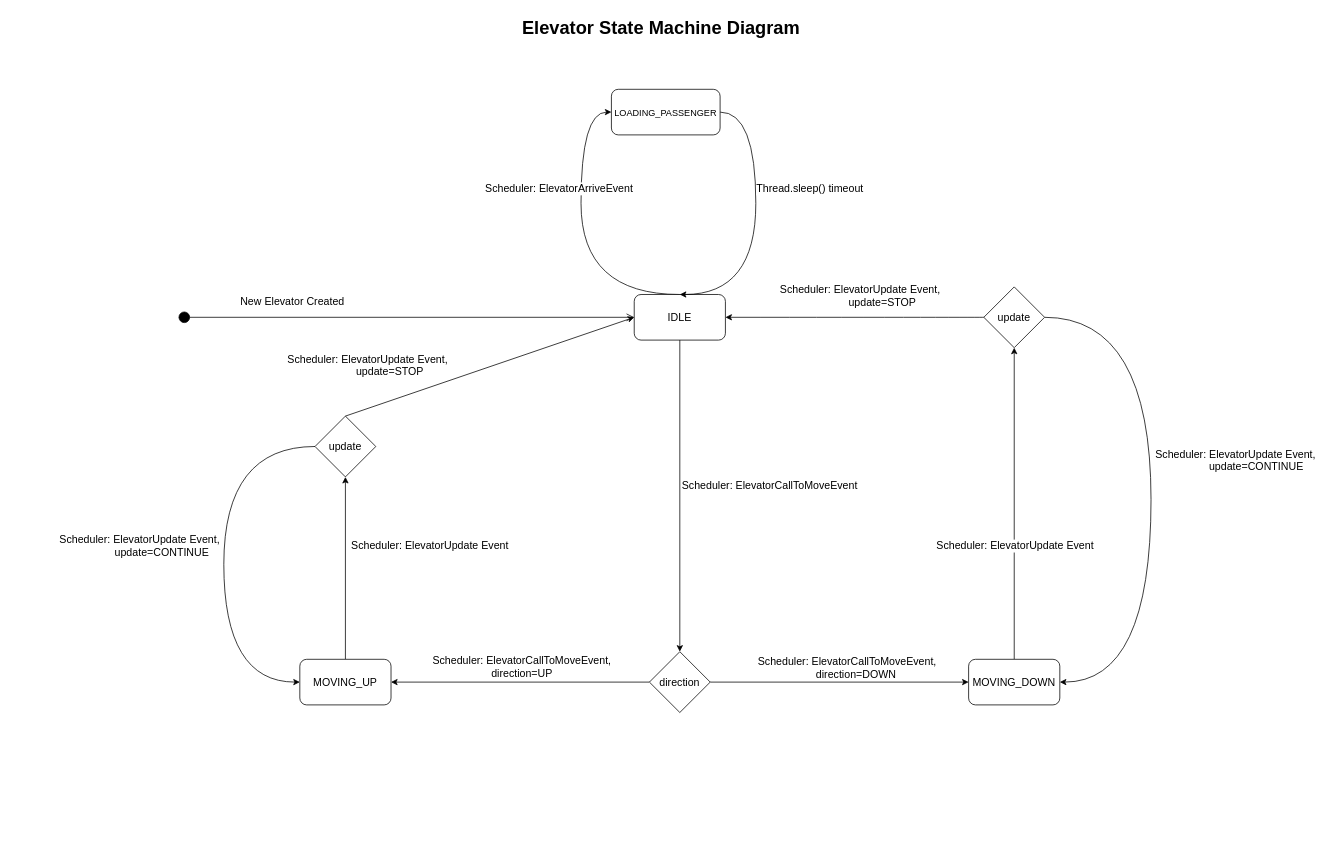
Before: state_machine_diagrams/ElevatorStateMachineDiagram.drawio in martindmtrv/elevator-project, a draw.io diagram. Source tidied: cells renumbered, new cells numbered last; positions are measured from the earlier drawing's top-left corner, leaving out a move shared by most shapes. Both pictures are drawn from the tidied source at 76%, with x=0, y=0 at pixel (56, 13).
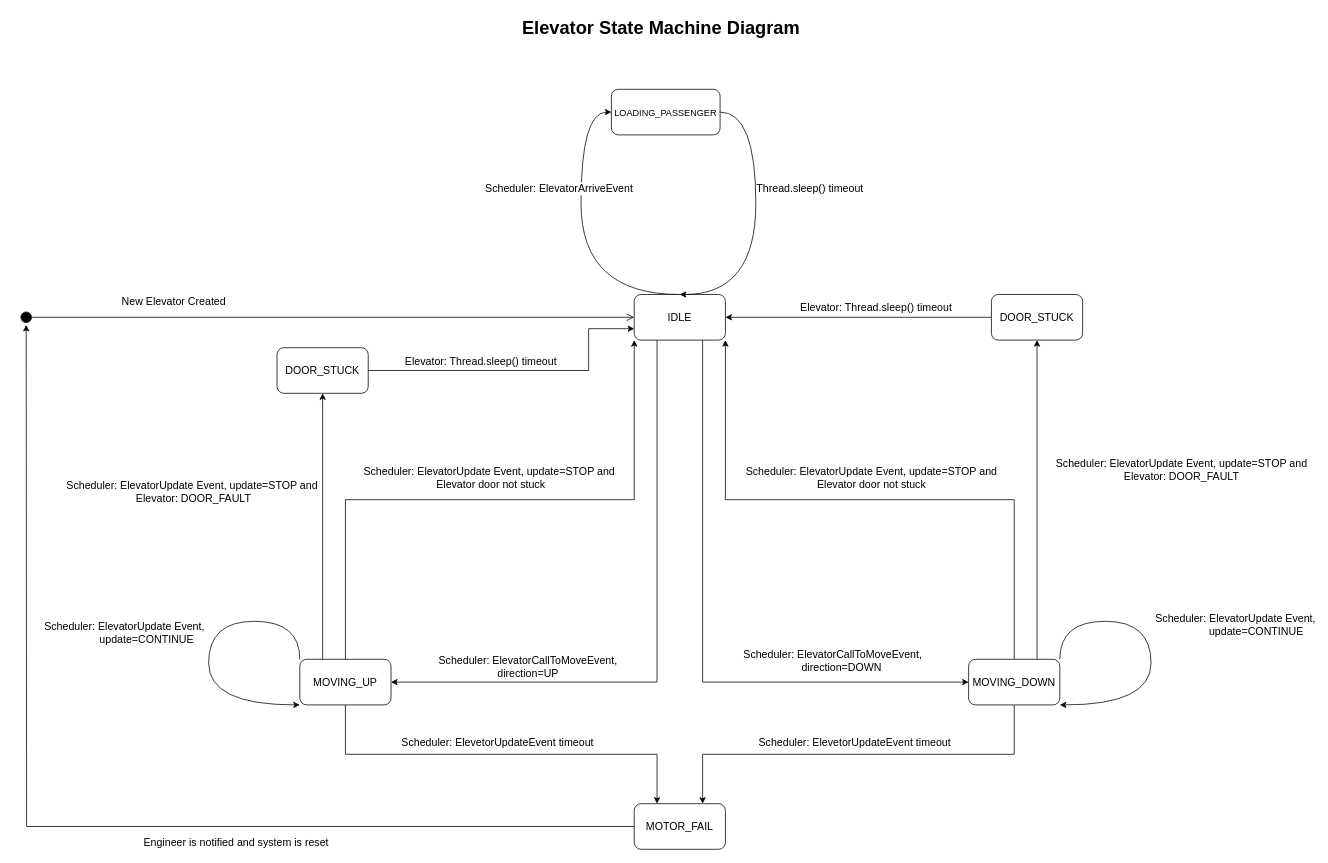
Above is the later version.

The change refers to these unchanged cells:
```xml
<mxCell id="6" value="IDLE" style="rounded=1;whiteSpace=wrap;html=1;fontSize=14;" parent="1" vertex="1">
  <mxGeometry x="760" y="370" width="120" height="60" as="geometry" />
</mxCell>
<mxCell id="10" value="MOVING_UP" style="rounded=1;whiteSpace=wrap;html=1;fontSize=14;" parent="1" vertex="1">
  <mxGeometry x="320" y="850" width="120" height="60" as="geometry" />
</mxCell>
<mxCell id="15" value="MOVING_DOWN" style="rounded=1;whiteSpace=wrap;html=1;fontSize=14;" parent="1" vertex="1">
  <mxGeometry x="1200" y="850" width="120" height="60" as="geometry" />
</mxCell>
```

Change to the diagram source:
```diff
@@
-    <mxCell id="3" value="Scheduler: ElevatorCallToMoveEvent&amp;nbsp;" style="edgeStyle=orthogonalEdgeStyle;rounded=0;jettySize=auto;html=1;exitX=0.5;exitY=1;exitDx=0;exitDy=0;fontSize=14;" parent="1" edge="1" source="6" target="20">
-      <mxGeometry x="-0.07" y="120" relative="1" as="geometry" />
-    </mxCell>
@@
-    <mxCell id="7" style="rounded=0;jettySize=auto;html=1;exitX=0.5;exitY=0;exitDx=0;exitDy=0;entryX=0.5;entryY=1;entryDx=0;entryDy=0;fontSize=14;" parent="1" edge="1" source="10" target="30">
-      <mxGeometry relative="1" as="geometry" />
-    </mxCell>
-    <mxCell id="8" style="edgeLabel;html=1;align=center;verticalAlign=middle;fontSize=14;" parent="7" vertex="1">
-      <mxGeometry x="0.35" relative="1" as="geometry" />
-    </mxCell>
-    <mxCell id="9" value="Scheduler: ElevatorUpdate Event" style="edgeLabel;html=1;align=center;verticalAlign=middle;fontSize=14;" parent="7" vertex="1">
-      <mxGeometry relative="1" as="geometry">
-        <mxPoint x="110" y="-30" as="offset" />
-      </mxGeometry>
-    </mxCell>
+    <mxCell id="33" value="&lt;span style=&quot;color: rgb(0 , 0 , 0) ; font-family: &amp;#34;helvetica&amp;#34; ; font-style: normal ; font-weight: 400 ; letter-spacing: normal ; text-align: center ; text-indent: 0px ; text-transform: none ; word-spacing: 0px ; background-color: rgb(255 , 255 , 255) ; display: inline ; float: none&quot;&gt;&lt;font style=&quot;font-size: 14px&quot;&gt;Scheduler: ElevetorUpdateEvent timeout&lt;/font&gt;&lt;/span&gt;" style="edgeStyle=orthogonalEdgeStyle;rounded=0;jettySize=auto;html=1;exitX=0.5;exitY=1;exitDx=0;exitDy=0;entryX=0.25;entryY=0;entryDx=0;entryDy=0;" parent="1" edge="1" source="10" target="45">
+      <mxGeometry x="-0.02" y="15" relative="1" as="geometry" />
+    </mxCell>
@@
-    <mxCell id="11" style="edgeStyle=orthogonalEdgeStyle;curved=1;rounded=0;jettySize=auto;html=1;exitX=0;exitY=0.5;exitDx=0;exitDy=0;entryX=1;entryY=0.5;entryDx=0;entryDy=0;fontSize=14;" parent="1" edge="1" source="26" target="6">
-      <mxGeometry relative="1" as="geometry" />
+    <mxCell id="11" style="edgeStyle=orthogonalEdgeStyle;rounded=0;jettySize=auto;html=1;exitX=0.5;exitY=0;exitDx=0;exitDy=0;entryX=1;entryY=1;entryDx=0;entryDy=0;fontSize=14;" parent="1" edge="1" source="15" target="6">
+      <mxGeometry relative="1" as="geometry">
+        <Array as="points">
+          <mxPoint x="1260" y="640" />
+          <mxPoint x="880" y="640" />
+        </Array>
+      </mxGeometry>
     </mxCell>
-    <mxCell id="12" value="&lt;span style=&quot;color: rgb(0 , 0 , 0) ; font-family: &amp;#34;helvetica&amp;#34; ; font-size: 14px ; font-style: normal ; font-weight: 400 ; letter-spacing: normal ; text-align: center ; text-indent: 0px ; text-transform: none ; word-spacing: 0px ; background-color: rgb(255 , 255 , 255) ; display: inline ; float: none&quot;&gt;Scheduler: ElevatorUpdate Event,&lt;span&gt;&amp;nbsp;&lt;/span&gt;&lt;/span&gt;&lt;br style=&quot;color: rgb(0 , 0 , 0) ; font-family: &amp;#34;helvetica&amp;#34; ; font-size: 14px ; font-style: normal ; font-weight: 400 ; letter-spacing: normal ; text-align: center ; text-indent: 0px ; text-transform: none ; word-spacing: 0px&quot;&gt;&lt;span style=&quot;color: rgb(0 , 0 , 0) ; font-family: &amp;#34;helvetica&amp;#34; ; font-size: 14px ; font-style: normal ; font-weight: 400 ; letter-spacing: normal ; text-align: center ; text-indent: 0px ; text-transform: none ; word-spacing: 0px ; background-color: rgb(255 , 255 , 255) ; display: inline ; float: none&quot;&gt;&amp;nbsp; &amp;nbsp; &amp;nbsp; &amp;nbsp; &amp;nbsp; &amp;nbsp; &amp;nbsp; update=STOP&lt;/span&gt;" style="edgeLabel;html=1;align=center;verticalAlign=middle;fontSize=14;" parent="11" vertex="1">
+    <mxCell id="12" value="&lt;span style=&quot;color: rgb(0 , 0 , 0) ; font-family: &amp;#34;helvetica&amp;#34; ; font-size: 14px ; font-style: normal ; font-weight: 400 ; letter-spacing: normal ; text-align: center ; text-indent: 0px ; text-transform: none ; word-spacing: 0px ; background-color: rgb(255 , 255 , 255) ; display: inline ; float: none&quot;&gt;Scheduler: ElevatorUpdate Event,&lt;span&gt;&amp;nbsp;&lt;/span&gt;&lt;/span&gt;&lt;span style=&quot;color: rgb(0 , 0 , 0) ; font-family: &amp;#34;helvetica&amp;#34; ; font-size: 14px ; font-style: normal ; font-weight: 400 ; letter-spacing: normal ; text-align: center ; text-indent: 0px ; text-transform: none ; word-spacing: 0px ; background-color: rgb(255 , 255 , 255) ; display: inline ; float: none&quot;&gt;update=STOP and &lt;br&gt;Elevator door not stuck&lt;/span&gt;" style="edgeLabel;html=1;align=center;verticalAlign=middle;fontSize=14;" parent="11" vertex="1">
       <mxGeometry x="0.23" y="16" relative="1" as="geometry">
-        <mxPoint x="47" y="-46" as="offset" />
+        <mxPoint x="93.3" y="-46" as="offset" />
       </mxGeometry>
     </mxCell>
-    <mxCell id="13" style="rounded=0;jettySize=auto;html=1;exitX=0.5;exitY=0;exitDx=0;exitDy=0;entryX=0.5;entryY=1;entryDx=0;entryDy=0;fontSize=14;" parent="1" edge="1" source="15" target="26">
-      <mxGeometry relative="1" as="geometry" />
-    </mxCell>
-    <mxCell id="14" value="Scheduler: ElevatorUpdate Event" style="edgeLabel;html=1;align=center;verticalAlign=middle;fontSize=14;" parent="13" vertex="1">
-      <mxGeometry y="1" relative="1" as="geometry">
-        <mxPoint x="1" y="55" as="offset" />
-      </mxGeometry>
-    </mxCell>
+    <mxCell id="34" value="&lt;font style=&quot;font-size: 14px&quot;&gt;Scheduler: ElevatorUpdate Event, update=STOP and &lt;br&gt;Elevator: DOOR_FAULT&lt;/font&gt;" style="edgeStyle=orthogonalEdgeStyle;rounded=0;jettySize=auto;html=1;exitX=0.75;exitY=0;exitDx=0;exitDy=0;entryX=0.5;entryY=1;entryDx=0;entryDy=0;" parent="1" edge="1" source="15" target="38">
+      <mxGeometry x="0.19" y="-190" relative="1" as="geometry" />
+    </mxCell>
+    <mxCell id="35" value="&lt;font style=&quot;font-size: 14px&quot;&gt;Scheduler: ElevetorUpdateEvent timeout&lt;/font&gt;" style="edgeStyle=orthogonalEdgeStyle;rounded=0;jettySize=auto;html=1;exitX=0.5;exitY=1;exitDx=0;exitDy=0;entryX=0.75;entryY=0;entryDx=0;entryDy=0;" parent="1" edge="1" source="15" target="45">
+      <mxGeometry x="0.02" y="-15" relative="1" as="geometry" />
+    </mxCell>
@@
     <mxCell id="16" value="New Elevator Created" style="html=1;verticalAlign=bottom;startArrow=circle;startFill=1;endArrow=open;startSize=6;endSize=8;fontSize=14;entryX=0;entryY=0.5;entryDx=0;entryDy=0;" parent="1" edge="1" target="6">
       <mxGeometry x="-0.5" y="10" relative="1" as="geometry">
-        <mxPoint x="160" y="400" as="sourcePoint" />
+        <mxPoint x="-48" y="400" as="sourcePoint" />
       </mxGeometry>
     </mxCell>
-    <mxCell id="17" value="&lt;span style=&quot;color: rgb(0 , 0 , 0) ; font-family: &amp;#34;helvetica&amp;#34; ; font-size: 14px ; font-style: normal ; font-weight: 400 ; letter-spacing: normal ; text-align: center ; text-indent: 0px ; text-transform: none ; word-spacing: 0px ; background-color: rgb(255 , 255 , 255) ; display: inline ; float: none&quot;&gt;Scheduler: ElevatorCallToMoveEvent, &lt;br&gt;direction=UP&lt;/span&gt;" style="edgeStyle=orthogonalEdgeStyle;rounded=0;jettySize=auto;html=1;exitX=0;exitY=0.5;exitDx=0;exitDy=0;entryX=1;entryY=0.5;entryDx=0;entryDy=0;fontSize=14;" parent="1" edge="1" source="20" target="10">
-      <mxGeometry x="-0.01" y="-20" relative="1" as="geometry" />
+    <mxCell id="17" value="&lt;span style=&quot;color: rgb(0 , 0 , 0) ; font-family: &amp;#34;helvetica&amp;#34; ; font-size: 14px ; font-style: normal ; font-weight: 400 ; letter-spacing: normal ; text-align: center ; text-indent: 0px ; text-transform: none ; word-spacing: 0px ; background-color: rgb(255 , 255 , 255) ; display: inline ; float: none&quot;&gt;Scheduler: ElevatorCallToMoveEvent, &lt;br&gt;direction=UP&lt;/span&gt;" style="edgeStyle=orthogonalEdgeStyle;rounded=0;jettySize=auto;html=1;exitX=0.25;exitY=1;exitDx=0;exitDy=0;entryX=1;entryY=0.5;entryDx=0;entryDy=0;fontSize=14;" parent="1" edge="1" source="6" target="10">
+      <mxGeometry x="0.55" y="-20" relative="1" as="geometry" />
     </mxCell>
-    <mxCell id="18" style="edgeStyle=orthogonalEdgeStyle;rounded=0;jettySize=auto;html=1;exitX=1;exitY=0.5;exitDx=0;exitDy=0;entryX=0;entryY=0.5;entryDx=0;entryDy=0;fontSize=14;" parent="1" edge="1" source="20" target="15">
+    <mxCell id="18" style="edgeStyle=orthogonalEdgeStyle;rounded=0;jettySize=auto;html=1;exitX=0.75;exitY=1;exitDx=0;exitDy=0;entryX=0;entryY=0.5;entryDx=0;entryDy=0;fontSize=14;" parent="1" edge="1" source="6" target="15">
       <mxGeometry relative="1" as="geometry" />
     </mxCell>
     <mxCell id="19" value="Scheduler: ElevatorCallToMoveEvent, &lt;br&gt;&amp;nbsp; &amp;nbsp; &amp;nbsp; direction=DOWN" style="edgeLabel;html=1;align=center;verticalAlign=middle;fontSize=14;" parent="18" vertex="1">
       <mxGeometry x="-0.25" y="2" relative="1" as="geometry">
-        <mxPoint x="51" y="-18" as="offset" />
+        <mxPoint x="168" y="121.1" as="offset" />
       </mxGeometry>
     </mxCell>
-    <mxCell id="20" value="direction" style="rhombus;whiteSpace=wrap;html=1;fontSize=14;" parent="1" vertex="1">
-      <mxGeometry x="780" y="840" width="80" height="80" as="geometry" />
-    </mxCell>
@@
-    <mxCell id="24" style="edgeStyle=orthogonalEdgeStyle;curved=1;rounded=0;jettySize=auto;html=1;exitX=1;exitY=0.5;exitDx=0;exitDy=0;entryX=1;entryY=0.5;entryDx=0;entryDy=0;fontSize=14;" parent="1" edge="1" source="26" target="15">
+    <mxCell id="24" style="edgeStyle=orthogonalEdgeStyle;curved=1;rounded=0;orthogonalLoop=1;jettySize=auto;html=1;fontSize=14;entryX=1;entryY=1;entryDx=0;entryDy=0;exitX=1;exitY=0;exitDx=0;exitDy=0;" parent="1" edge="1" source="15" target="15">
       <mxGeometry relative="1" as="geometry">
         <Array as="points">
-          <mxPoint x="1440" y="400" />
-          <mxPoint x="1440" y="880" />
+          <mxPoint x="1320" y="800" />
+          <mxPoint x="1440" y="800" />
+          <mxPoint x="1440" y="910" />
         </Array>
       </mxGeometry>
     </mxCell>
@@
-    <mxCell id="26" value="update" style="rhombus;whiteSpace=wrap;html=1;fontSize=14;" parent="1" vertex="1">
-      <mxGeometry x="1220" y="360" width="80" height="80" as="geometry" />
-    </mxCell>
-    <mxCell id="27" style="edgeStyle=orthogonalEdgeStyle;rounded=0;jettySize=auto;html=1;exitX=0;exitY=0.5;exitDx=0;exitDy=0;entryX=0;entryY=0.5;entryDx=0;entryDy=0;fontSize=14;curved=1;" parent="1" edge="1" source="30" target="10">
+    <mxCell id="27" style="edgeStyle=orthogonalEdgeStyle;rounded=0;jettySize=auto;html=1;fontSize=14;curved=1;entryX=0;entryY=1;entryDx=0;entryDy=0;" parent="1" edge="1" target="10">
       <mxGeometry relative="1" as="geometry">
+        <mxPoint x="320" y="850" as="sourcePoint" />
         <Array as="points">
-          <mxPoint x="220" y="570" />
-          <mxPoint x="220" y="880" />
+          <mxPoint x="320" y="800" />
+          <mxPoint x="200" y="800" />
+          <mxPoint x="200" y="910" />
         </Array>
       </mxGeometry>
     </mxCell>
@@
-    <mxCell id="30" value="update" style="rhombus;whiteSpace=wrap;html=1;fontSize=14;" parent="1" vertex="1">
-      <mxGeometry x="340" y="530" width="80" height="80" as="geometry" />
-    </mxCell>
-    <mxCell id="31" style="rounded=0;jettySize=auto;html=1;exitX=0.5;exitY=0;exitDx=0;exitDy=0;entryX=0;entryY=0.5;entryDx=0;entryDy=0;fontSize=14;" parent="1" edge="1" source="30" target="6">
+    <mxCell id="31" style="rounded=0;jettySize=auto;html=1;exitX=0.5;exitY=0;exitDx=0;exitDy=0;entryX=0;entryY=1;entryDx=0;entryDy=0;fontSize=14;edgeStyle=orthogonalEdgeStyle;" parent="1" edge="1" source="10" target="6">
       <mxGeometry relative="1" as="geometry" />
     </mxCell>
-    <mxCell id="32" value="&lt;span style=&quot;font-family: &amp;#34;helvetica&amp;#34;&quot;&gt;Scheduler: ElevatorUpdate Event,&amp;nbsp;&lt;/span&gt;&lt;br style=&quot;font-family: &amp;#34;helvetica&amp;#34;&quot;&gt;&lt;span style=&quot;font-family: &amp;#34;helvetica&amp;#34;&quot;&gt;&amp;nbsp; &amp;nbsp; &amp;nbsp; &amp;nbsp; &amp;nbsp; &amp;nbsp; &amp;nbsp; update=STOP&lt;/span&gt;" style="edgeLabel;html=1;align=center;verticalAlign=middle;fontSize=14;" parent="31" vertex="1">
+    <mxCell id="32" value="&lt;span style=&quot;font-family: &amp;#34;helvetica&amp;#34;&quot;&gt;Scheduler: ElevatorUpdate Event,&amp;nbsp;&lt;/span&gt;&lt;span style=&quot;font-family: &amp;#34;helvetica&amp;#34;&quot;&gt;update=STOP and&amp;nbsp;&lt;br&gt;Elevator door not stuck&lt;/span&gt;" style="edgeLabel;html=1;align=center;verticalAlign=middle;fontSize=14;" parent="31" vertex="1">
       <mxGeometry x="-0.18" y="2" relative="1" as="geometry">
-        <mxPoint x="-124.5" y="-11.7" as="offset" />
+        <mxPoint x="72.2" y="-28" as="offset" />
       </mxGeometry>
     </mxCell>
+    <mxCell id="36" style="edgeStyle=orthogonalEdgeStyle;rounded=0;jettySize=auto;html=1;exitX=0;exitY=0.5;exitDx=0;exitDy=0;entryX=1;entryY=0.5;entryDx=0;entryDy=0;" parent="1" edge="1" source="38" target="6">
+      <mxGeometry relative="1" as="geometry" />
+    </mxCell>
+    <mxCell id="37" value="&lt;font style=&quot;font-size: 14px&quot;&gt;Elevator: Thread.sleep() timeout&amp;nbsp;&lt;/font&gt;" style="edgeLabel;html=1;align=center;verticalAlign=middle;" parent="36" vertex="1">
+      <mxGeometry x="-0.14" y="-1" relative="1" as="geometry">
+        <mxPoint y="-13" as="offset" />
+      </mxGeometry>
+    </mxCell>
+    <mxCell id="38" value="DOOR_STUCK" style="rounded=1;whiteSpace=wrap;html=1;fontSize=14;" parent="1" vertex="1">
+      <mxGeometry x="1230" y="370" width="120" height="60" as="geometry" />
+    </mxCell>
+    <mxCell id="39" value="&lt;span style=&quot;font-size: 14px&quot;&gt;Scheduler: ElevatorUpdate Event, update=STOP and&amp;nbsp;&lt;/span&gt;&lt;br style=&quot;font-size: 14px&quot;&gt;&lt;span style=&quot;font-size: 14px&quot;&gt;Elevator: DOOR_FAULT&lt;/span&gt;" style="edgeStyle=orthogonalEdgeStyle;rounded=0;jettySize=auto;html=1;exitX=0.25;exitY=0;exitDx=0;exitDy=0;entryX=0.5;entryY=1;entryDx=0;entryDy=0;" parent="1" edge="1" source="10" target="40">
+      <mxGeometry x="0.26" y="170" relative="1" as="geometry" />
+    </mxCell>
+    <mxCell id="40" value="DOOR_STUCK" style="rounded=1;whiteSpace=wrap;html=1;fontSize=14;" parent="1" vertex="1">
+      <mxGeometry x="290" y="440" width="120" height="60" as="geometry" />
+    </mxCell>
+    <mxCell id="41" style="edgeStyle=orthogonalEdgeStyle;rounded=0;jettySize=auto;html=1;exitX=1;exitY=0.5;exitDx=0;exitDy=0;entryX=0;entryY=0.75;entryDx=0;entryDy=0;" parent="1" edge="1" source="40" target="6">
+      <mxGeometry relative="1" as="geometry">
+        <Array as="points">
+          <mxPoint x="700" y="470" />
+          <mxPoint x="700" y="415" />
+        </Array>
+      </mxGeometry>
+    </mxCell>
+    <mxCell id="42" value="&lt;font style=&quot;font-size: 14px&quot;&gt;Elevator: Thread.sleep() timeout&amp;nbsp;&lt;/font&gt;" style="edgeLabel;html=1;align=center;verticalAlign=middle;" parent="41" vertex="1">
+      <mxGeometry x="-0.14" y="-1" relative="1" as="geometry">
+        <mxPoint x="-25" y="-14" as="offset" />
+      </mxGeometry>
+    </mxCell>
+    <mxCell id="43" style="edgeStyle=orthogonalEdgeStyle;rounded=0;jettySize=auto;html=1;exitX=0;exitY=0.5;exitDx=0;exitDy=0;" parent="1" edge="1" source="45">
+      <mxGeometry relative="1" as="geometry">
+        <mxPoint x="-40" y="410" as="targetPoint" />
+      </mxGeometry>
+    </mxCell>
+    <mxCell id="44" value="&lt;font style=&quot;font-size: 14px&quot;&gt;Engineer is notified and system is reset&lt;/font&gt;" style="edgeLabel;html=1;align=center;verticalAlign=middle;" parent="43" vertex="1">
+      <mxGeometry x="-0.28" y="-1" relative="1" as="geometry">
+        <mxPoint y="21" as="offset" />
+      </mxGeometry>
+    </mxCell>
+    <mxCell id="45" value="MOTOR_FAIL" style="rounded=1;whiteSpace=wrap;html=1;fontSize=14;" parent="1" vertex="1">
+      <mxGeometry x="760" y="1040" width="120" height="60" as="geometry" />
+    </mxCell>
```
